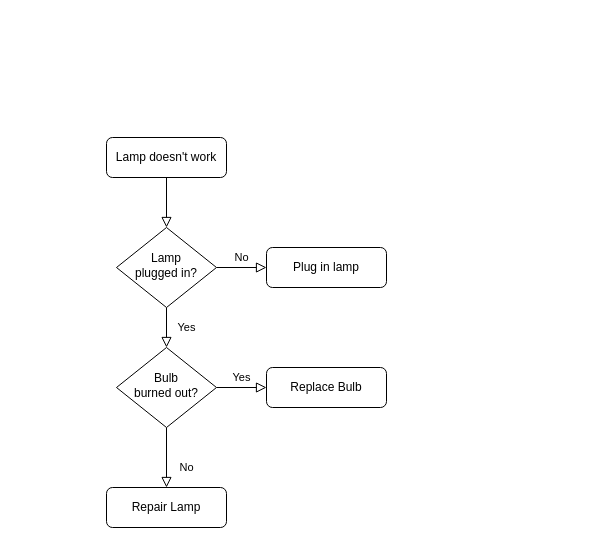
bliknyu/Python_100_days_programms keeps this draw.io diagram as Untitled Diagram.drawio. Above is the earlier version. Source tidied: cells renumbered, new cells numbered last; positions are measured from the earlier drawing's top-left corner, leaving out a move shared by most shapes. Both pictures are drawn from the tidied source at 100%, with x=0, y=0 at pixel (106, 137).
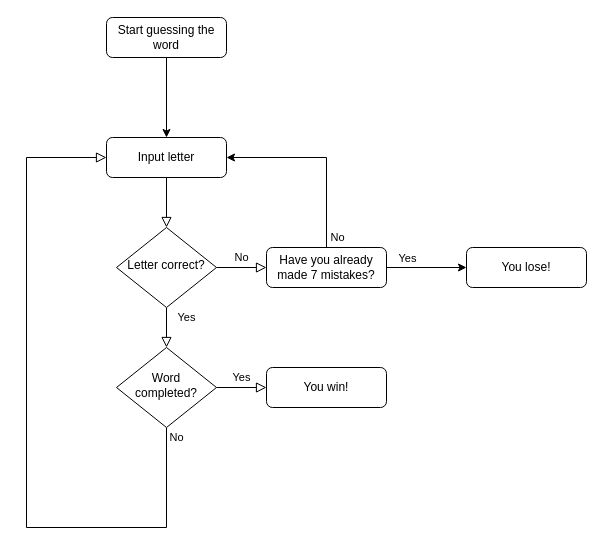
After the change.

The edit, as a diff of the source:
```diff
@@
-    <mxCell id="3" value="Lamp doesn't work" style="rounded=1;whiteSpace=wrap;html=1;fontSize=12;glass=0;strokeWidth=1;shadow=0;" parent="1" vertex="1">
+    <mxCell id="3" value="Input letter" style="rounded=1;whiteSpace=wrap;html=1;fontSize=12;glass=0;strokeWidth=1;shadow=0;" parent="1" vertex="1">
       <mxGeometry width="120" height="40" as="geometry" />
     </mxCell>
     <mxCell id="4" value="Yes" style="rounded=0;html=1;jettySize=auto;fontSize=11;endArrow=block;endFill=0;endSize=8;strokeWidth=1;shadow=0;labelBackgroundColor=none;edgeStyle=orthogonalEdgeStyle;" parent="1" edge="1" source="6" target="10">
-      <mxGeometry y="20" relative="1" as="geometry" />
+      <mxGeometry x="-0.5" y="20" relative="1" as="geometry" />
     </mxCell>
@@
-    <mxCell id="6" value="Lamp&lt;br&gt;plugged in?" style="rhombus;whiteSpace=wrap;html=1;shadow=0;fontFamily=Helvetica;fontSize=12;align=center;strokeWidth=1;spacing=6;spacingTop=-4;" parent="1" vertex="1">
+    <mxCell id="6" value="Letter correct?" style="rhombus;whiteSpace=wrap;html=1;shadow=0;fontFamily=Helvetica;fontSize=12;align=center;strokeWidth=1;spacing=6;spacingTop=-4;" parent="1" vertex="1">
       <mxGeometry x="10" y="90" width="100" height="80" as="geometry" />
     </mxCell>
+    <mxCell id="13" style="edgeStyle=orthogonalEdgeStyle;rounded=0;jettySize=auto;html=1;entryX=1;entryY=0.5;entryDx=0;entryDy=0;" parent="1" edge="1" source="7" target="3">
+      <mxGeometry relative="1" as="geometry">
+        <Array as="points">
+          <mxPoint x="220" y="20" />
+        </Array>
+      </mxGeometry>
+    </mxCell>
+    <mxCell id="14" value="No" style="edgeLabel;html=1;align=center;verticalAlign=middle;" parent="13" vertex="1">
+      <mxGeometry x="-0.52" y="1" relative="1" as="geometry">
+        <mxPoint x="11" y="35" as="offset" />
+      </mxGeometry>
+    </mxCell>
+    <mxCell id="15" style="edgeStyle=orthogonalEdgeStyle;rounded=0;jettySize=auto;html=1;" parent="1" edge="1" source="7" target="19">
+      <mxGeometry relative="1" as="geometry" />
+    </mxCell>
+    <mxCell id="16" value="Yes" style="edgeLabel;html=1;align=center;verticalAlign=middle;" parent="15" vertex="1">
+      <mxGeometry x="-0.1" y="3" relative="1" as="geometry">
+        <mxPoint x="-16" y="-7" as="offset" />
+      </mxGeometry>
+    </mxCell>
-    <mxCell id="7" value="Plug in lamp" style="rounded=1;whiteSpace=wrap;html=1;fontSize=12;glass=0;strokeWidth=1;shadow=0;" parent="1" vertex="1">
+    <mxCell id="7" value="Have you already made 7 mistakes?" style="rounded=1;whiteSpace=wrap;html=1;fontSize=12;glass=0;strokeWidth=1;shadow=0;" parent="1" vertex="1">
       <mxGeometry x="160" y="110" width="120" height="40" as="geometry" />
     </mxCell>
-    <mxCell id="8" value="No" style="rounded=0;html=1;jettySize=auto;fontSize=11;endArrow=block;endFill=0;endSize=8;strokeWidth=1;shadow=0;labelBackgroundColor=none;edgeStyle=orthogonalEdgeStyle;" parent="1" edge="1" source="10" target="11">
-      <mxGeometry x="0.33" y="20" relative="1" as="geometry" />
+    <mxCell id="8" value="No" style="rounded=0;html=1;jettySize=auto;fontSize=11;endArrow=block;endFill=0;endSize=8;strokeWidth=1;shadow=0;labelBackgroundColor=none;edgeStyle=orthogonalEdgeStyle;entryX=0;entryY=0.5;entryDx=0;entryDy=0;" parent="1" edge="1" source="10" target="3">
+      <mxGeometry x="-0.97" y="10" relative="1" as="geometry">
+        <Array as="points">
+          <mxPoint x="60" y="390" />
+          <mxPoint x="-80" y="390" />
+          <mxPoint x="-80" y="20" />
+        </Array>
+      </mxGeometry>
     </mxCell>
@@
-    <mxCell id="10" value="Bulb&lt;br&gt;burned out?" style="rhombus;whiteSpace=wrap;html=1;shadow=0;fontFamily=Helvetica;fontSize=12;align=center;strokeWidth=1;spacing=6;spacingTop=-4;" parent="1" vertex="1">
+    <mxCell id="10" value="Word completed?" style="rhombus;whiteSpace=wrap;html=1;shadow=0;fontFamily=Helvetica;fontSize=12;align=center;strokeWidth=1;spacing=6;spacingTop=-4;" parent="1" vertex="1">
       <mxGeometry x="10" y="210" width="100" height="80" as="geometry" />
     </mxCell>
-    <mxCell id="11" value="Repair Lamp" style="rounded=1;whiteSpace=wrap;html=1;fontSize=12;glass=0;strokeWidth=1;shadow=0;" parent="1" vertex="1">
-      <mxGeometry y="350" width="120" height="40" as="geometry" />
-    </mxCell>
-    <mxCell id="12" value="Replace Bulb" style="rounded=1;whiteSpace=wrap;html=1;fontSize=12;glass=0;strokeWidth=1;shadow=0;" parent="1" vertex="1">
+    <mxCell id="12" value="You win!" style="rounded=1;whiteSpace=wrap;html=1;fontSize=12;glass=0;strokeWidth=1;shadow=0;" parent="1" vertex="1">
       <mxGeometry x="160" y="230" width="120" height="40" as="geometry" />
     </mxCell>
+    <mxCell id="17" style="edgeStyle=orthogonalEdgeStyle;rounded=0;jettySize=auto;html=1;" parent="1" edge="1" source="18" target="3">
+      <mxGeometry relative="1" as="geometry" />
+    </mxCell>
+    <mxCell id="18" value="Start guessing the word" style="rounded=1;whiteSpace=wrap;html=1;fontSize=12;glass=0;strokeWidth=1;shadow=0;" parent="1" vertex="1">
+      <mxGeometry y="-120" width="120" height="40" as="geometry" />
+    </mxCell>
+    <mxCell id="19" value="You lose!" style="rounded=1;whiteSpace=wrap;html=1;fontSize=12;glass=0;strokeWidth=1;shadow=0;" parent="1" vertex="1">
+      <mxGeometry x="360" y="110" width="120" height="40" as="geometry" />
+    </mxCell>
```
